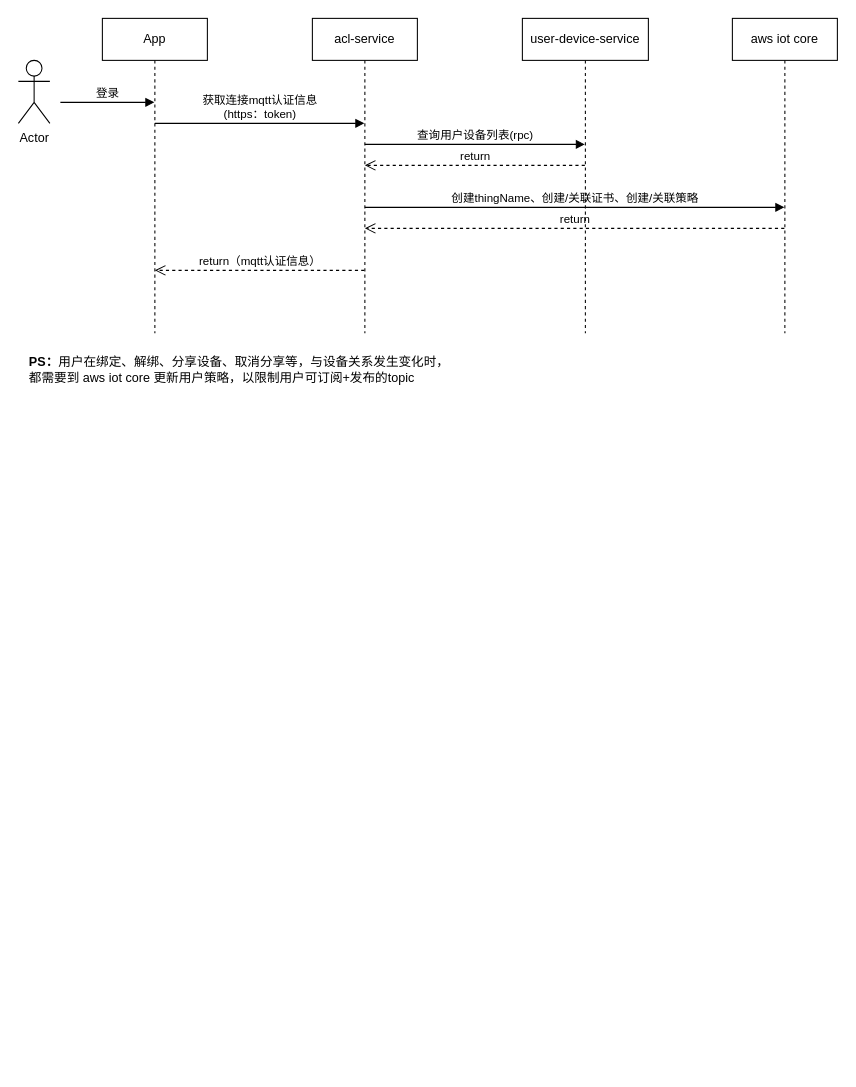
The draw.io diagram acl-service.drawio in Jeff-Junfang/PNG, before the edit. Source tidied: cells renumbered, new cells numbered last; positions are measured from the earlier drawing's top-left corner, leaving out a move shared by most shapes. Both pictures are drawn from the tidied source at 105%, with x=0, y=0 at pixel (18, 18).
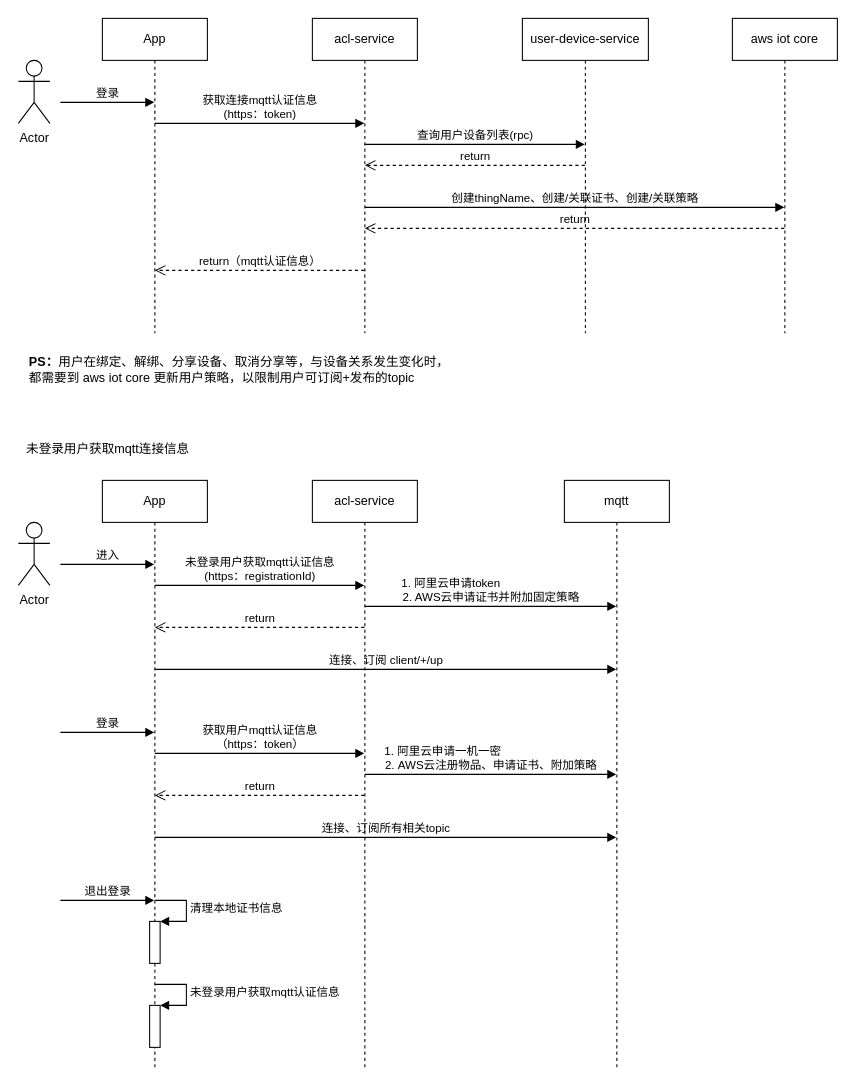
Above is the later version.

Diff of the diagram source:
```diff
@@
+    <mxCell id="15" value="Actor" style="shape=umlActor;verticalLabelPosition=bottom;verticalAlign=top;html=1;" parent="1" vertex="1">
+      <mxGeometry y="480" width="30" height="60" as="geometry" />
+    </mxCell>
+    <mxCell id="16" value="App" style="shape=umlLifeline;perimeter=lifelinePerimeter;whiteSpace=wrap;html=1;outlineConnect=0;" parent="1" vertex="1">
+      <mxGeometry x="80" y="440" width="100" height="560" as="geometry" />
+    </mxCell>
+    <mxCell id="17" value="未登录用户获取mqtt认证信息&lt;br&gt;(https：registrationId)" style="html=1;verticalAlign=bottom;endArrow=block;rounded=0;" parent="16" edge="1" target="27">
+      <mxGeometry relative="1" as="geometry">
+        <mxPoint x="50" y="100" as="sourcePoint" />
+      </mxGeometry>
+    </mxCell>
+    <mxCell id="18" value="return" style="html=1;verticalAlign=bottom;endArrow=open;dashed=1;endSize=8;rounded=0;" parent="16" edge="1" source="27">
+      <mxGeometry relative="1" as="geometry">
+        <mxPoint x="50" y="140" as="targetPoint" />
+      </mxGeometry>
+    </mxCell>
+    <mxCell id="19" value="连接、订阅 client/+/up" style="html=1;verticalAlign=bottom;endArrow=block;rounded=0;" parent="16" edge="1" target="31">
+      <mxGeometry relative="1" as="geometry">
+        <mxPoint x="50" y="180" as="sourcePoint" />
+      </mxGeometry>
+    </mxCell>
+    <mxCell id="20" value="获取用户mqtt认证信息&lt;br&gt;（https：token）" style="html=1;verticalAlign=bottom;endArrow=block;rounded=0;" parent="16" edge="1" target="27">
+      <mxGeometry relative="1" as="geometry">
+        <mxPoint x="50" y="260" as="sourcePoint" />
+      </mxGeometry>
+    </mxCell>
+    <mxCell id="21" value="return" style="html=1;verticalAlign=bottom;endArrow=open;dashed=1;endSize=8;rounded=0;" parent="16" edge="1" source="27">
+      <mxGeometry relative="1" as="geometry">
+        <mxPoint x="50" y="300" as="targetPoint" />
+      </mxGeometry>
+    </mxCell>
+    <mxCell id="22" value="连接、订阅所有相关topic" style="html=1;verticalAlign=bottom;endArrow=block;rounded=0;" parent="16" edge="1" target="31">
+      <mxGeometry relative="1" as="geometry">
+        <mxPoint x="50" y="340" as="sourcePoint" />
+      </mxGeometry>
+    </mxCell>
+    <mxCell id="23" style="html=1;points=[];perimeter=orthogonalPerimeter;" parent="16" vertex="1">
+      <mxGeometry x="45" y="420" width="10" height="40" as="geometry" />
+    </mxCell>
+    <mxCell id="24" value="清理本地证书信息" style="edgeStyle=orthogonalEdgeStyle;html=1;align=left;spacingLeft=2;endArrow=block;rounded=0;entryX=1;entryY=0;" parent="16" edge="1" target="23">
+      <mxGeometry relative="1" as="geometry">
+        <mxPoint x="50" y="400" as="sourcePoint" />
+        <Array as="points">
+          <mxPoint x="80" y="400" />
+        </Array>
+      </mxGeometry>
+    </mxCell>
+    <mxCell id="25" style="html=1;points=[];perimeter=orthogonalPerimeter;" parent="16" vertex="1">
+      <mxGeometry x="45" y="500" width="10" height="40" as="geometry" />
+    </mxCell>
+    <mxCell id="26" value="未登录用户获取mqtt认证信息" style="edgeStyle=orthogonalEdgeStyle;html=1;align=left;spacingLeft=2;endArrow=block;rounded=0;entryX=1;entryY=0;" parent="16" edge="1" target="25">
+      <mxGeometry relative="1" as="geometry">
+        <mxPoint x="50" y="480" as="sourcePoint" />
+        <Array as="points">
+          <mxPoint x="80" y="480" />
+        </Array>
+      </mxGeometry>
+    </mxCell>
+    <mxCell id="27" value="acl-service" style="shape=umlLifeline;perimeter=lifelinePerimeter;whiteSpace=wrap;html=1;outlineConnect=0;" parent="1" vertex="1">
+      <mxGeometry x="280" y="440" width="100" height="560" as="geometry" />
+    </mxCell>
+    <mxCell id="28" value="1. 阿里云申请token&amp;nbsp; &amp;nbsp; &amp;nbsp; &amp;nbsp; &amp;nbsp; &amp;nbsp; &amp;nbsp; &amp;nbsp; &amp;nbsp; &amp;nbsp; &amp;nbsp; &amp;nbsp; &amp;nbsp;&lt;br&gt;2. AWS云申请证书并附加固定策略" style="html=1;verticalAlign=bottom;endArrow=block;rounded=0;align=center;" parent="27" edge="1" target="31">
+      <mxGeometry relative="1" as="geometry">
+        <mxPoint x="50" y="120" as="sourcePoint" />
+      </mxGeometry>
+    </mxCell>
+    <mxCell id="29" value="1. 阿里云申请一机一密&amp;nbsp; &amp;nbsp; &amp;nbsp; &amp;nbsp; &amp;nbsp; &amp;nbsp; &amp;nbsp; &amp;nbsp; &amp;nbsp; &amp;nbsp; &amp;nbsp; &amp;nbsp; &amp;nbsp; &amp;nbsp; &amp;nbsp;&amp;nbsp;&lt;br&gt;2. AWS云注册物品、申请证书、附加策略" style="html=1;verticalAlign=bottom;endArrow=block;rounded=0;" parent="27" edge="1" target="31">
+      <mxGeometry relative="1" as="geometry">
+        <mxPoint x="50" y="280" as="sourcePoint" />
+      </mxGeometry>
+    </mxCell>
+    <mxCell id="30" value="进入" style="html=1;verticalAlign=bottom;endArrow=block;rounded=0;" parent="1" edge="1" target="16">
+      <mxGeometry relative="1" as="geometry">
+        <mxPoint x="40" y="520" as="sourcePoint" />
+      </mxGeometry>
+    </mxCell>
+    <mxCell id="31" value="mqtt" style="shape=umlLifeline;perimeter=lifelinePerimeter;whiteSpace=wrap;html=1;outlineConnect=0;" parent="1" vertex="1">
+      <mxGeometry x="520" y="440" width="100" height="560" as="geometry" />
+    </mxCell>
+    <mxCell id="32" value="未登录用户获取mqtt连接信息" style="text;html=1;align=center;verticalAlign=middle;strokeColor=none;fillColor=none;" parent="1" vertex="1">
+      <mxGeometry y="400" width="170" height="20" as="geometry" />
+    </mxCell>
+    <mxCell id="33" value="登录" style="html=1;verticalAlign=bottom;endArrow=block;rounded=0;" parent="1" edge="1" target="16">
+      <mxGeometry relative="1" as="geometry">
+        <mxPoint x="40" y="680" as="sourcePoint" />
+      </mxGeometry>
+    </mxCell>
+    <mxCell id="34" value="退出登录" style="html=1;verticalAlign=bottom;endArrow=block;rounded=0;" parent="1" edge="1" target="16">
+      <mxGeometry relative="1" as="geometry">
+        <mxPoint x="40" y="840" as="sourcePoint" />
+      </mxGeometry>
+    </mxCell>
```
